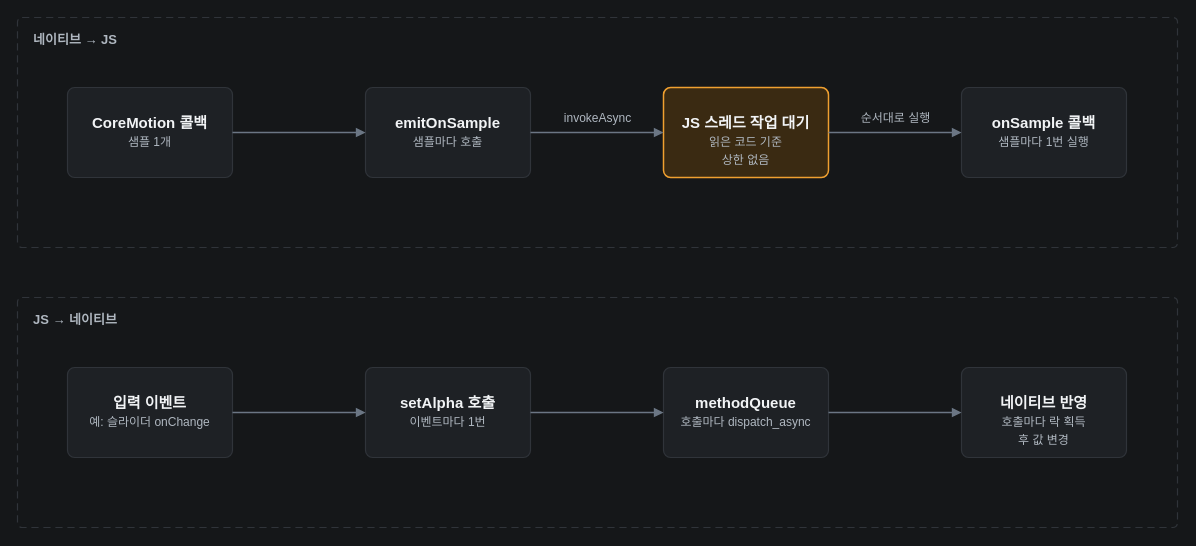
opficdev/opficdev.github.io keeps this draw.io diagram as page "rn-native-stream-flow" (3 of 6) of docs/rn-native-bidirectional-queue.drawio. Above is the earlier version. Source tidied: cells renumbered, new cells numbered last; positions are measured from the earlier drawing's top-left corner, leaving out a move shared by most shapes. Both pictures are drawn from the tidied source at 100%, with x=0, y=0 at pixel (17, 17).
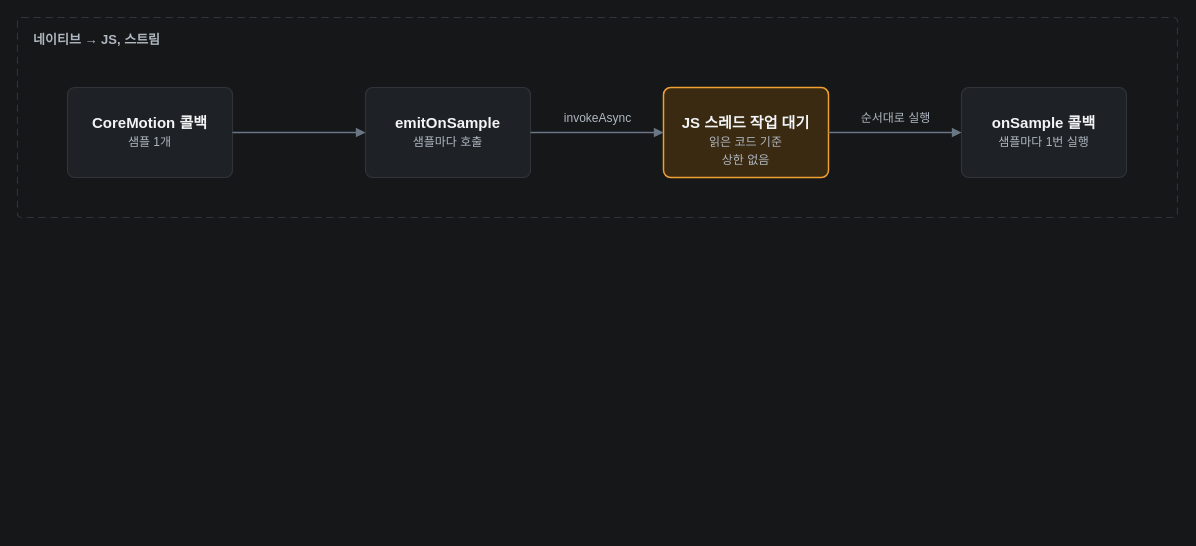
The same page after the edit.

Commit message (it also covers changes not shown here):
fix: 센서 값 전달 방식 비교 글의 JS 네이티브 호출 실험 제거

Change to the diagram source:
```diff
@@
-    <mxCell id="2" value="네이티브 → JS" style="rounded=1;arcSize=2;whiteSpace=wrap;html=1;fillColor=none;strokeColor=#30343A;strokeWidth=1.2;dashed=1;dashPattern=6 4;verticalAlign=top;align=left;spacingLeft=14;spacingTop=8;fontFamily=Arial;fontColor=#B0B8C1;fontSize=13;fontStyle=1;" parent="1" vertex="1">
-      <mxGeometry width="1160" height="230" as="geometry" />
+    <mxCell id="2" value="네이티브 → JS, 스트림" style="rounded=1;arcSize=2;whiteSpace=wrap;html=1;fillColor=none;strokeColor=#30343A;strokeWidth=1.2;dashed=1;dashPattern=6 4;verticalAlign=top;align=left;spacingLeft=14;spacingTop=8;fontFamily=Arial;fontColor=#B0B8C1;fontSize=13;fontStyle=1;" parent="1" vertex="1">
+      <mxGeometry width="1160" height="200" as="geometry" />
     </mxCell>
-    <mxCell id="3" value="JS → 네이티브" style="rounded=1;arcSize=2;whiteSpace=wrap;html=1;fillColor=none;strokeColor=#30343A;strokeWidth=1.2;dashed=1;dashPattern=6 4;verticalAlign=top;align=left;spacingLeft=14;spacingTop=8;fontFamily=Arial;fontColor=#B0B8C1;fontSize=13;fontStyle=1;" parent="1" vertex="1">
-      <mxGeometry y="280" width="1160" height="230" as="geometry" />
-    </mxCell>
@@
-    <mxCell id="11" value="&lt;b&gt;입력 이벤트&lt;/b&gt;&lt;br&gt;&lt;font color=&quot;#B0B8C1&quot; style=&quot;font-size:12px&quot;&gt;예: 슬라이더 onChange&lt;/font&gt;" style="rounded=1;arcSize=8;whiteSpace=wrap;html=1;fillColor=#1E2125;strokeColor=#30343A;strokeWidth=1.2;fontFamily=Arial;fontColor=#F2F4F6;fontSize=15;verticalAlign=top;spacingTop=20;" parent="1" vertex="1">
-      <mxGeometry x="50" y="350" width="165" height="90" as="geometry" />
-    </mxCell>
-    <mxCell id="12" value="&lt;b&gt;setAlpha 호출&lt;/b&gt;&lt;br&gt;&lt;font color=&quot;#B0B8C1&quot; style=&quot;font-size:12px&quot;&gt;이벤트마다 1번&lt;/font&gt;" style="rounded=1;arcSize=8;whiteSpace=wrap;html=1;fillColor=#1E2125;strokeColor=#30343A;strokeWidth=1.2;fontFamily=Arial;fontColor=#F2F4F6;fontSize=15;verticalAlign=top;spacingTop=20;" parent="1" vertex="1">
-      <mxGeometry x="348" y="350" width="165" height="90" as="geometry" />
-    </mxCell>
-    <mxCell id="13" value="&lt;b&gt;methodQueue&lt;/b&gt;&lt;br&gt;&lt;font color=&quot;#B0B8C1&quot; style=&quot;font-size:12px&quot;&gt;호출마다 dispatch_async&lt;/font&gt;" style="rounded=1;arcSize=8;whiteSpace=wrap;html=1;fillColor=#1E2125;strokeColor=#30343A;strokeWidth=1.2;fontFamily=Arial;fontColor=#F2F4F6;fontSize=15;verticalAlign=top;spacingTop=20;" parent="1" vertex="1">
-      <mxGeometry x="646" y="350" width="165" height="90" as="geometry" />
-    </mxCell>
-    <mxCell id="14" value="&lt;b&gt;네이티브 반영&lt;/b&gt;&lt;br&gt;&lt;font color=&quot;#B0B8C1&quot; style=&quot;font-size:12px&quot;&gt;호출마다 락 획득&lt;br&gt;후 값 변경&lt;/font&gt;" style="rounded=1;arcSize=8;whiteSpace=wrap;html=1;fillColor=#1E2125;strokeColor=#30343A;strokeWidth=1.2;fontFamily=Arial;fontColor=#F2F4F6;fontSize=15;verticalAlign=top;spacingTop=20;" parent="1" vertex="1">
-      <mxGeometry x="944" y="350" width="165" height="90" as="geometry" />
-    </mxCell>
-    <mxCell id="15" style="edgeStyle=orthogonalEdgeStyle;rounded=1;arcSize=60;html=1;endArrow=block;endFill=1;strokeColor=#6B7684;strokeWidth=1.4;fontFamily=Arial;fontColor=#B0B8C1;fontSize=12;labelBackgroundColor=none;exitX=1;exitY=0.5;entryX=0;entryY=0.5;exitPerimeter=0;entryPerimeter=0;" parent="1" edge="1" source="11" target="12">
-      <mxGeometry relative="1" as="geometry">
-        <mxPoint y="-14" as="offset" />
-      </mxGeometry>
-    </mxCell>
-    <mxCell id="16" style="edgeStyle=orthogonalEdgeStyle;rounded=1;arcSize=60;html=1;endArrow=block;endFill=1;strokeColor=#6B7684;strokeWidth=1.4;fontFamily=Arial;fontColor=#B0B8C1;fontSize=12;labelBackgroundColor=none;exitX=1;exitY=0.5;entryX=0;entryY=0.5;exitPerimeter=0;entryPerimeter=0;" parent="1" edge="1" source="12" target="13">
-      <mxGeometry relative="1" as="geometry">
-        <mxPoint y="-14" as="offset" />
-      </mxGeometry>
-    </mxCell>
-    <mxCell id="17" style="edgeStyle=orthogonalEdgeStyle;rounded=1;arcSize=60;html=1;endArrow=block;endFill=1;strokeColor=#6B7684;strokeWidth=1.4;fontFamily=Arial;fontColor=#B0B8C1;fontSize=12;labelBackgroundColor=none;exitX=1;exitY=0.5;entryX=0;entryY=0.5;exitPerimeter=0;entryPerimeter=0;" parent="1" edge="1" source="13" target="14">
-      <mxGeometry relative="1" as="geometry">
-        <mxPoint y="-14" as="offset" />
-      </mxGeometry>
-    </mxCell>
```
